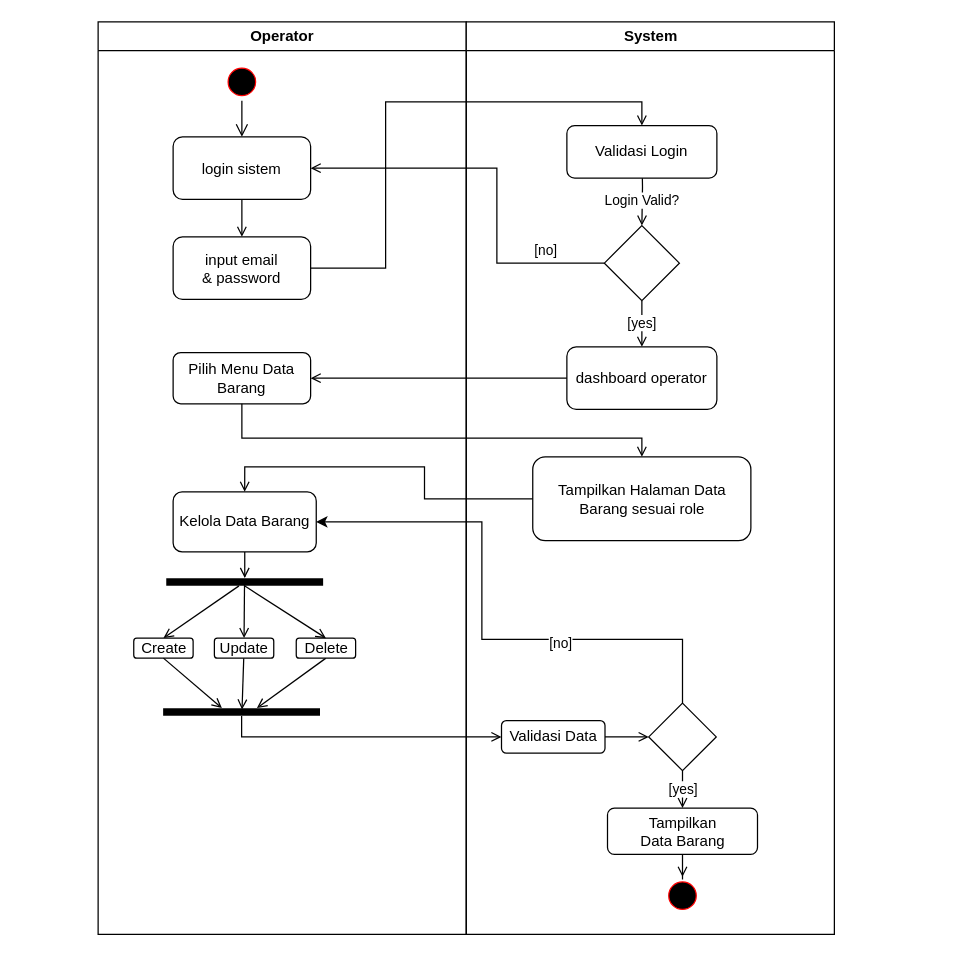
This is page "CRUD Operator" (5 of 6) of Activity Diagram.drawio from wahyupambudi/skripsi-skom, a draw.io file, before an edit. Source tidied: cells renumbered, new cells numbered last; positions are measured from the earlier drawing's top-left corner, leaving out a move shared by most shapes. Both pictures are drawn from the tidied source at 125%, with x=0, y=0 at pixel (21, 21).
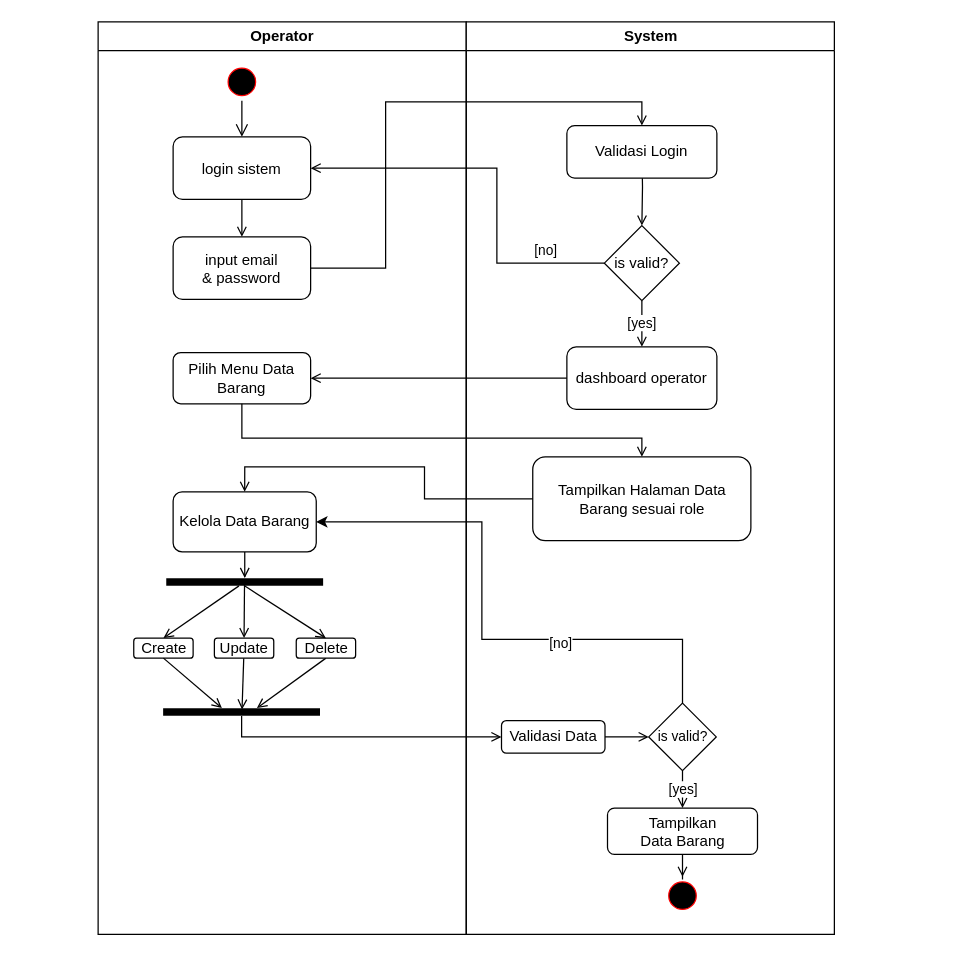
The same diagram, later.

The change refers to these unchanged cells:
```xml
<mxCell id="23" value="System" style="swimlane;whiteSpace=wrap;" parent="2" vertex="1">
  <mxGeometry x="355.5" width="294.5" height="730" as="geometry" />
</mxCell>
```

The edit, as a diff of the source:
```diff
@@
-    <mxCell id="25" style="rhombus;whiteSpace=wrap;html=1;fillColor=rgb(255, 255, 255);strokeColor=rgb(0, 0, 0);fontColor=rgb(0, 0, 0);rounded=0;" parent="23" vertex="1">
+    <mxCell id="25" value="is valid?" style="rhombus;whiteSpace=wrap;html=1;fillColor=rgb(255, 255, 255);strokeColor=rgb(0, 0, 0);fontColor=rgb(0, 0, 0);rounded=0;" parent="23" vertex="1">
       <mxGeometry x="110.5" y="163" width="60" height="60" as="geometry" />
     </mxCell>
-    <mxCell id="26" value="&lt;font style=&quot;font-size: 11px;&quot;&gt;Login Valid?&lt;/font&gt;" style="edgeStyle=orthogonalEdgeStyle;rounded=0;jettySize=auto;html=1;endArrow=open;endFill=0;" parent="23" edge="1" target="25">
+    <mxCell id="26" style="edgeStyle=orthogonalEdgeStyle;rounded=0;jettySize=auto;html=1;endArrow=open;endFill=0;" parent="23" edge="1" target="25">
       <mxGeometry x="0.37" relative="1" as="geometry">
         <mxPoint x="140.5" y="100" as="sourcePoint" />
       </mxGeometry>
     </mxCell>
@@
-    <mxCell id="34" style="rhombus;whiteSpace=wrap;html=1;fillColor=rgb(255, 255, 255);strokeColor=#000000;fontColor=rgb(0, 0, 0);strokeWidth=1;rounded=0;" parent="23" vertex="1">
+    <mxCell id="34" value="&lt;font style=&quot;font-size: 11px;&quot;&gt;is valid?&lt;br&gt;&lt;/font&gt;" style="rhombus;whiteSpace=wrap;html=1;fillColor=rgb(255, 255, 255);strokeColor=#000000;fontColor=rgb(0, 0, 0);strokeWidth=1;rounded=0;" parent="23" vertex="1">
       <mxGeometry x="146" y="545" width="54" height="54" as="geometry" />
     </mxCell>
```
